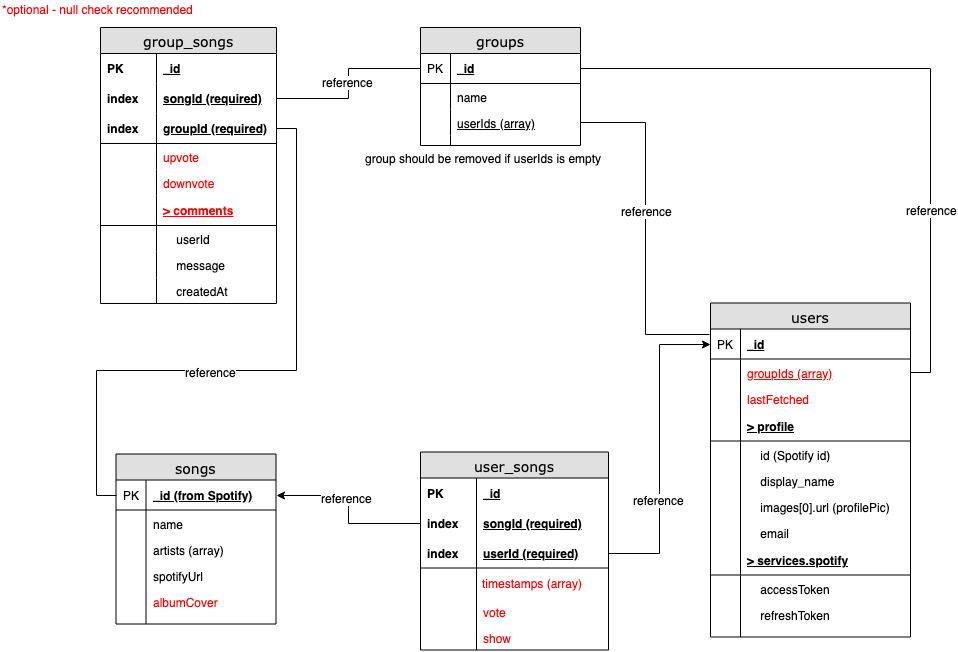
Earlier version of the draw.io export readme_images/db_schema.png (veronicz/SoundBubble). Source tidied: cells renumbered, new cells last; positions are measured from the earlier drawing's top-left corner, leaving out a move shared by most shapes.
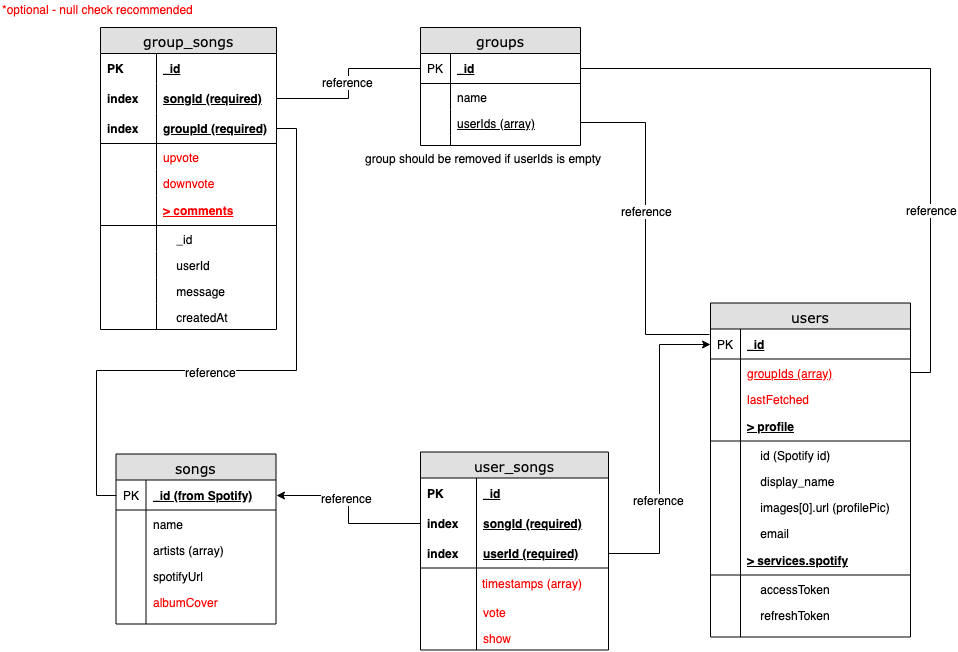
The same diagram one commit later.

The edit, as a diff of the source:
```diff
@@ -201,7 +201,7 @@
       <mxGeometry x="-0.32" y="1" relative="1" as="geometry" />
     </mxCell>
     <mxCell id="68" value="group_songs" style="swimlane;html=1;fontStyle=0;horizontal=1;startSize=26;fillColor=#e0e0e0;swimlaneFillColor=#ffffff;align=center;rounded=0;shadow=0;comic=0;labelBackgroundColor=none;strokeColor=#000000;strokeWidth=1;fontFamily=Verdana;fontSize=14;fontColor=#000000;" parent="1" vertex="1">
-      <mxGeometry x="100" y="27" width="176" height="276" as="geometry" />
+      <mxGeometry x="100" y="27" width="176" height="302" as="geometry" />
     </mxCell>
     <mxCell id="69" value="_id" style="shape=partialRectangle;top=0;left=0;right=0;bottom=0;html=1;align=left;verticalAlign=middle;fillColor=none;spacingLeft=60;spacingRight=4;whiteSpace=wrap;overflow=hidden;fontStyle=5;strokeColor=#000000;" parent="68" vertex="1">
       <mxGeometry y="26" width="176" height="30" as="geometry" />
@@ -239,20 +239,26 @@
     <mxCell id="80" style="shape=partialRectangle;fontStyle=1;top=0;left=0;bottom=0;html=1;fillColor=none;align=left;verticalAlign=middle;spacingLeft=4;spacingRight=4;whiteSpace=wrap;overflow=hidden;" parent="79" vertex="1">
       <mxGeometry width="56" height="30" as="geometry" />
     </mxCell>
+    <mxCell id="95" value="&amp;nbsp; &amp;nbsp; _id" style="shape=partialRectangle;top=0;left=0;right=0;bottom=0;html=1;align=left;verticalAlign=top;fillColor=none;spacingLeft=60;spacingRight=4;whiteSpace=wrap;overflow=hidden;" parent="68" vertex="1">
+      <mxGeometry y="198" width="176" height="26" as="geometry" />
+    </mxCell>
+    <mxCell id="96" style="shape=partialRectangle;top=0;left=0;bottom=0;html=1;fillColor=none;align=left;verticalAlign=top;spacingLeft=4;spacingRight=4;whiteSpace=wrap;overflow=hidden;" parent="95" vertex="1">
+      <mxGeometry width="56" height="26" as="geometry" />
+    </mxCell>
     <mxCell id="81" value="&amp;nbsp; &amp;nbsp; userId" style="shape=partialRectangle;top=0;left=0;right=0;bottom=0;html=1;align=left;verticalAlign=top;fillColor=none;spacingLeft=60;spacingRight=4;whiteSpace=wrap;overflow=hidden;" parent="68" vertex="1">
-      <mxGeometry y="198" width="176" height="26" as="geometry" />
+      <mxGeometry y="224" width="176" height="26" as="geometry" />
     </mxCell>
     <mxCell id="82" style="shape=partialRectangle;top=0;left=0;bottom=0;html=1;fillColor=none;align=left;verticalAlign=top;spacingLeft=4;spacingRight=4;whiteSpace=wrap;overflow=hidden;" parent="81" vertex="1">
       <mxGeometry width="56" height="26" as="geometry" />
     </mxCell>
     <mxCell id="83" value="&amp;nbsp; &amp;nbsp; message" style="shape=partialRectangle;top=0;left=0;right=0;bottom=0;html=1;align=left;verticalAlign=top;fillColor=none;spacingLeft=60;spacingRight=4;whiteSpace=wrap;overflow=hidden;" parent="68" vertex="1">
-      <mxGeometry y="224" width="176" height="26" as="geometry" />
+      <mxGeometry y="250" width="176" height="26" as="geometry" />
     </mxCell>
     <mxCell id="84" style="shape=partialRectangle;top=0;left=0;bottom=0;html=1;fillColor=none;align=left;verticalAlign=top;spacingLeft=4;spacingRight=4;whiteSpace=wrap;overflow=hidden;" parent="83" vertex="1">
       <mxGeometry width="56" height="26" as="geometry" />
     </mxCell>
     <mxCell id="85" value="&amp;nbsp; &amp;nbsp; createdAt" style="shape=partialRectangle;top=0;left=0;right=0;bottom=0;html=1;align=left;verticalAlign=top;fillColor=none;spacingLeft=60;spacingRight=4;whiteSpace=wrap;overflow=hidden;" parent="68" vertex="1">
-      <mxGeometry y="250" width="176" height="26" as="geometry" />
+      <mxGeometry y="276" width="176" height="26" as="geometry" />
     </mxCell>
     <mxCell id="86" style="shape=partialRectangle;top=0;left=0;bottom=0;html=1;fillColor=none;align=left;verticalAlign=top;spacingLeft=4;spacingRight=4;whiteSpace=wrap;overflow=hidden;" parent="85" vertex="1">
       <mxGeometry width="56" height="26" as="geometry" />
```
